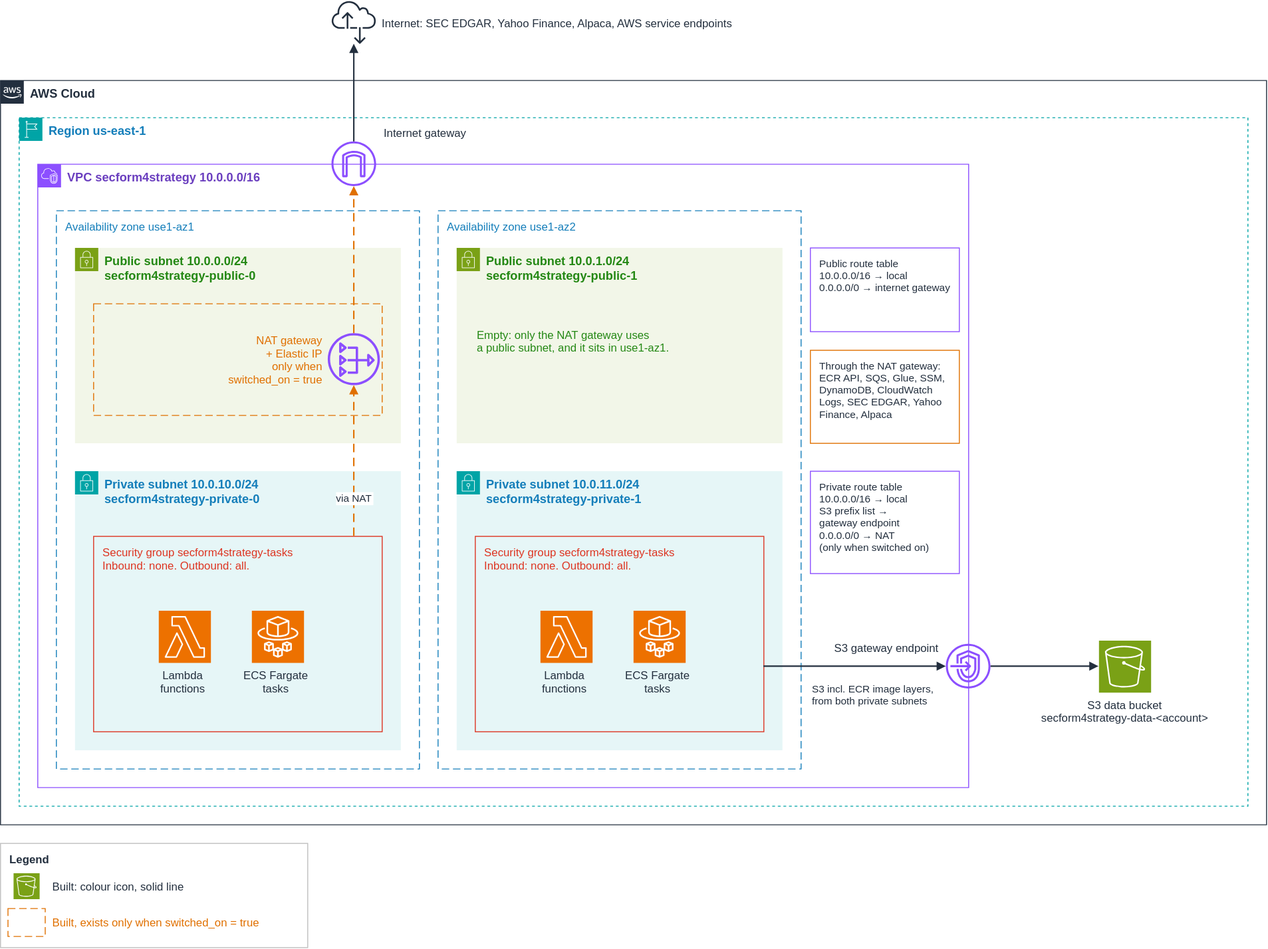
Before: docs/diagrams/aws-network.drawio.svg, a diagram exported from draw.io (josemita87/SecForm4Strategy). Source tidied: cells renumbered, new cells last; positions are measured from the earlier drawing's top-left corner, leaving out a move shared by most shapes.
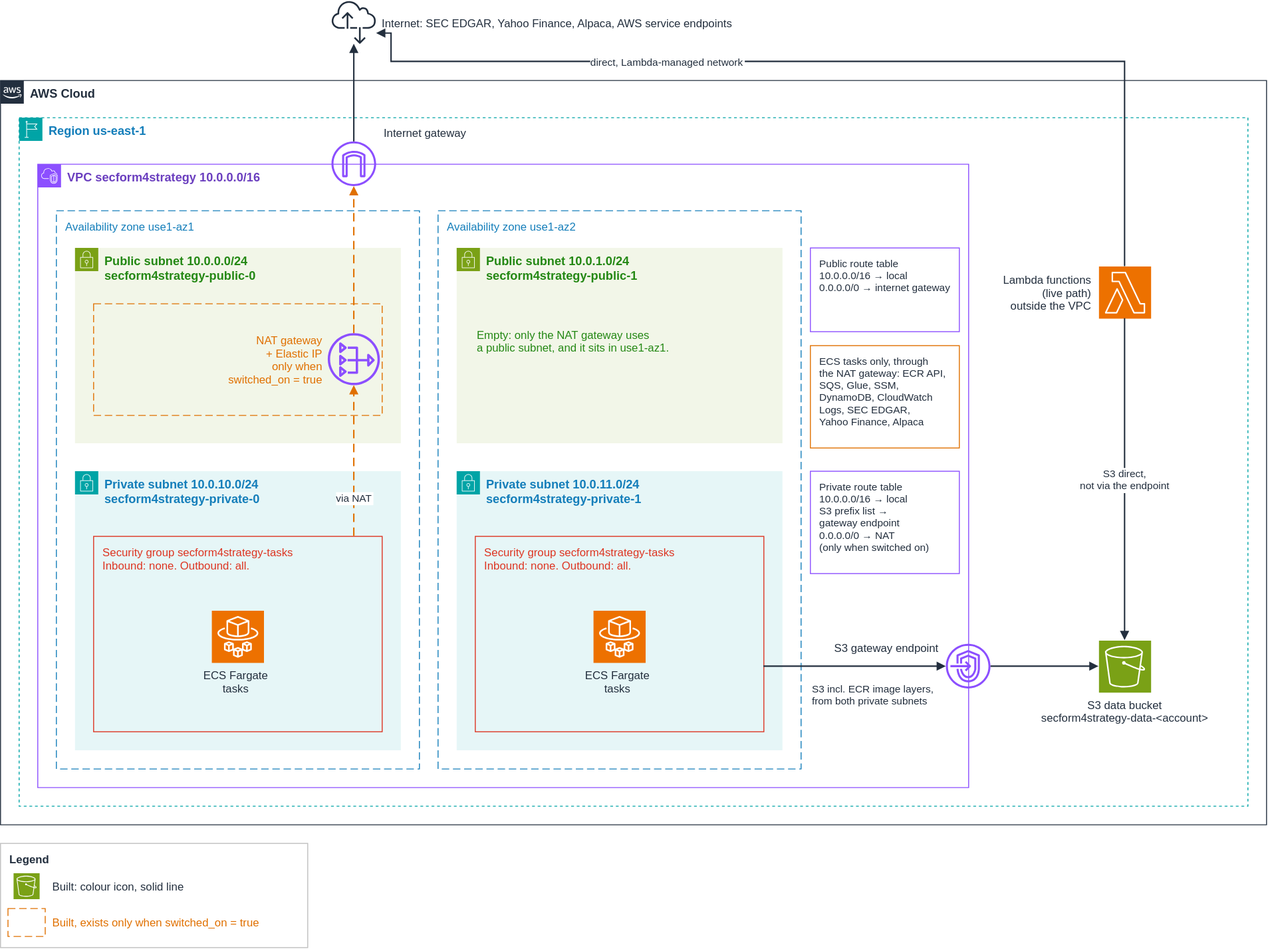
After the commit.

Commit message:
refactor(infra): run the live Lambdas outside the VPC

Change to the diagram source:
```diff
@@ -48,10 +48,10 @@
       <mxGeometry x="510" y="576" width="310" height="210" as="geometry" />
     </mxCell>
     <mxCell id="17" value="ECS Fargate&#10;tasks" style="fontColor=#232F3E;fillColor=#ED7100;strokeColor=#ffffff;dashed=0;verticalLabelPosition=bottom;verticalAlign=top;align=center;html=0;fontSize=12;fontStyle=0;shape=mxgraph.aws4.resourceIcon;resIcon=mxgraph.aws4.fargate;labelPosition=center;spacingRight=4;" parent="1" vertex="1">
-      <mxGeometry x="270" y="656" width="56" height="56" as="geometry" />
+      <mxGeometry x="227" y="656" width="56" height="56" as="geometry" />
     </mxCell>
     <mxCell id="18" value="ECS Fargate&#10;tasks" style="fontColor=#232F3E;fillColor=#ED7100;strokeColor=#ffffff;dashed=0;verticalLabelPosition=bottom;verticalAlign=top;align=center;html=0;fontSize=12;fontStyle=0;shape=mxgraph.aws4.resourceIcon;resIcon=mxgraph.aws4.fargate;labelPosition=center;spacingRight=4;" parent="1" vertex="1">
-      <mxGeometry x="680" y="656" width="56" height="56" as="geometry" />
+      <mxGeometry x="637" y="656" width="56" height="56" as="geometry" />
     </mxCell>
     <mxCell id="19" style="outlineConnect=0;fontColor=#232F3E;gradientColor=none;fillColor=#8C4FFF;strokeColor=none;dashed=0;verticalLabelPosition=bottom;verticalAlign=top;align=center;html=0;fontSize=12;fontStyle=0;shape=mxgraph.aws4.internet_gateway;" parent="1" vertex="1">
       <mxGeometry x="356" y="152" width="48" height="48" as="geometry" />
@@ -107,14 +107,23 @@
     <mxCell id="36" value="Built, exists only when switched_on = true" style="text;html=0;strokeColor=none;fillColor=none;align=left;verticalAlign=middle;fontSize=12;fontColor=#E07000;fontStyle=0;" parent="1" vertex="1">
       <mxGeometry x="54" y="976" width="270" height="30" as="geometry" />
     </mxCell>
-    <mxCell id="37" value="Lambda&#10;functions" style="fontColor=#232F3E;fillColor=#ED7100;strokeColor=#ffffff;dashed=0;verticalLabelPosition=bottom;verticalAlign=top;align=center;html=0;fontSize=12;fontStyle=0;shape=mxgraph.aws4.resourceIcon;resIcon=mxgraph.aws4.lambda;labelPosition=center;spacingRight=4;" parent="1" vertex="1">
-      <mxGeometry x="170" y="656" width="56" height="56" as="geometry" />
-    </mxCell>
-    <mxCell id="38" value="Lambda&#10;functions" style="fontColor=#232F3E;fillColor=#ED7100;strokeColor=#ffffff;dashed=0;verticalLabelPosition=bottom;verticalAlign=top;align=center;html=0;fontSize=12;fontStyle=0;shape=mxgraph.aws4.resourceIcon;resIcon=mxgraph.aws4.lambda;labelPosition=center;spacingRight=4;" parent="1" vertex="1">
-      <mxGeometry x="580" y="656" width="56" height="56" as="geometry" />
-    </mxCell>
-    <mxCell id="39" value="Through the NAT gateway:&#10;ECR API, SQS, Glue, SSM,&#10;DynamoDB, CloudWatch&#10;Logs, SEC EDGAR, Yahoo&#10;Finance, Alpaca" style="rounded=0;arcSize=6;html=0;fillColor=#FFFFFF;strokeColor=#E07000;fontColor=#232F3E;fontSize=11;fontStyle=0;verticalAlign=top;align=left;spacingLeft=8;spacingTop=4;spacingRight=8;" parent="1" vertex="1">
-      <mxGeometry x="870" y="376" width="160" height="100" as="geometry" />
+    <mxCell id="39" value="ECS tasks only, through&#10;the NAT gateway: ECR API,&#10;SQS, Glue, SSM,&#10;DynamoDB, CloudWatch&#10;Logs, SEC EDGAR,&#10;Yahoo Finance, Alpaca" style="rounded=0;arcSize=6;html=0;fillColor=#FFFFFF;strokeColor=#E07000;fontColor=#232F3E;fontSize=11;fontStyle=0;verticalAlign=top;align=left;spacingLeft=8;spacingTop=4;spacingRight=8;" parent="1" vertex="1">
+      <mxGeometry x="870" y="371" width="160" height="110" as="geometry" />
     </mxCell>
+    <mxCell id="40" value="Lambda functions&#10;(live path)&#10;outside the VPC" style="points=[[0,0,0],[0.25,0,0],[0.5,0,0],[0.75,0,0],[1,0,0],[0,1,0],[0.25,1,0],[0.5,1,0],[0.75,1,0],[1,1,0],[0,0.25,0],[0,0.5,0],[0,0.75,0],[1,0.25,0],[1,0.5,0],[1,0.75,0]];outlineConnect=0;fontColor=#232F3E;fillColor=#ED7100;strokeColor=#ffffff;dashed=0;verticalLabelPosition=bottom;verticalAlign=top;align=center;html=0;fontSize=12;fontStyle=0;shape=mxgraph.aws4.resourceIcon;resIcon=mxgraph.aws4.lambda;labelPosition=left;verticalLabelPosition=middle;align=right;verticalAlign=middle;spacingRight=6;" parent="1" vertex="1">
+      <mxGeometry x="1180" y="286" width="56" height="56" as="geometry" />
+    </mxCell>
+    <mxCell id="41" value="direct, Lambda-managed network" style="edgeStyle=orthogonalEdgeStyle;rounded=0;html=0;endArrow=block;endFill=1;strokeWidth=1.5;strokeColor=#232F3E;fontColor=#232F3E;fontSize=11;labelBackgroundColor=#ffffff;exitX=0.5;exitY=0;exitDx=0;exitDy=0;entryX=1;entryY=0.75;entryDx=0;entryDy=0;" parent="1" edge="1" source="40" target="2">
+      <mxGeometry x="0.35" relative="1" as="geometry">
+        <Array as="points">
+          <mxPoint x="1208" y="66" />
+          <mxPoint x="420" y="66" />
+          <mxPoint x="420" y="36" />
+        </Array>
+      </mxGeometry>
+    </mxCell>
+    <mxCell id="42" value="S3 direct,&#10;not via the endpoint" style="edgeStyle=orthogonalEdgeStyle;rounded=0;html=0;endArrow=block;endFill=1;strokeWidth=1.5;strokeColor=#232F3E;fontColor=#232F3E;fontSize=11;labelBackgroundColor=#ffffff;exitX=0.5;exitY=1;exitDx=0;exitDy=0;entryX=0.5;entryY=0;entryDx=0;entryDy=0;" parent="1" edge="1" source="40" target="26">
+      <mxGeometry relative="1" as="geometry" />
+    </mxCell>
   </root>
 </mxGraphModel>
```
